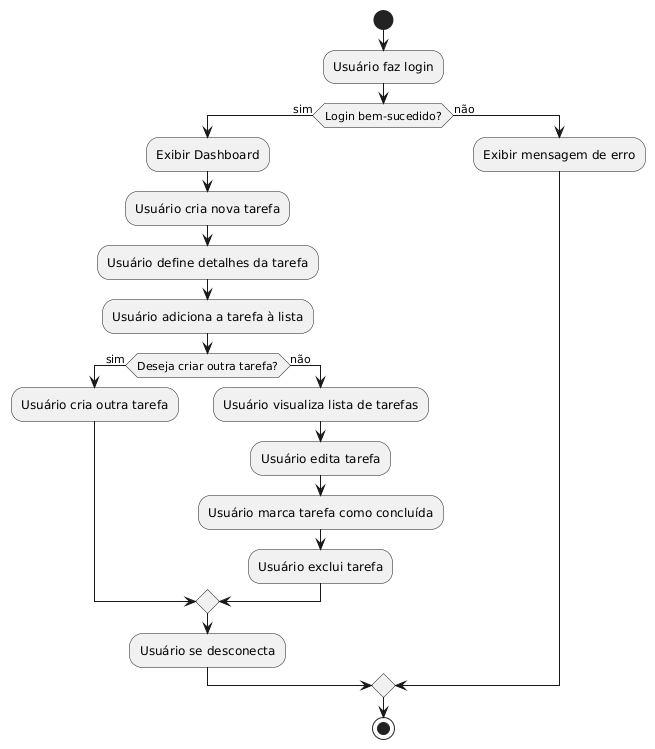
oliveiramarcelo12/ProjetosNodeJs keeps this PlantUML diagram as ProjetoToDoListAF/diagramas/DiagramaDeFluxo.png. Above is the earlier version. Its diagram source:
```plantuml
@startuml
start
:Usuário faz login;
if (Login bem-sucedido?) then (sim)
  :Exibir Dashboard;
  :Usuário cria nova tarefa;
  :Usuário define detalhes da tarefa;
  :Usuário adiciona a tarefa à lista;
  if (Deseja criar outra tarefa?) then (sim)
    :Usuário cria outra tarefa;
  else (não)
    :Usuário visualiza lista de tarefas;
    :Usuário edita tarefa;
    :Usuário marca tarefa como concluída;
    :Usuário exclui tarefa;
  endif
  :Usuário se desconecta;
else (não)
  :Exibir mensagem de erro;
endif
stop
@enduml
```
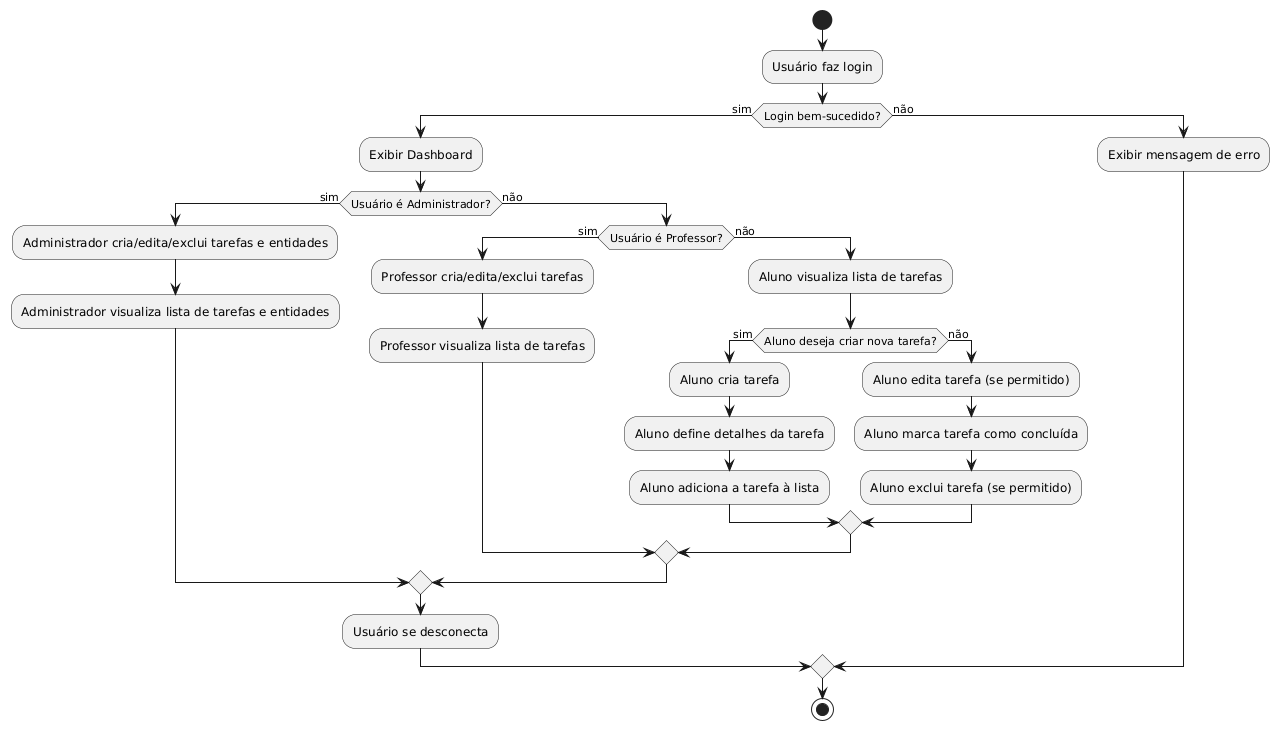
The same diagram one commit later.

Diff of the diagram source:
```diff
@@ -3,16 +3,25 @@
 :Usuário faz login;
 if (Login bem-sucedido?) then (sim)
   :Exibir Dashboard;
-  :Usuário cria nova tarefa;
-  :Usuário define detalhes da tarefa;
-  :Usuário adiciona a tarefa à lista;
-  if (Deseja criar outra tarefa?) then (sim)
-    :Usuário cria outra tarefa;
+  if (Usuário é Administrador?) then (sim)
+    :Administrador cria/edita/exclui tarefas e entidades;
+    :Administrador visualiza lista de tarefas e entidades;
   else (não)
-    :Usuário visualiza lista de tarefas;
-    :Usuário edita tarefa;
-    :Usuário marca tarefa como concluída;
-    :Usuário exclui tarefa;
+    if (Usuário é Professor?) then (sim)
+      :Professor cria/edita/exclui tarefas;
+      :Professor visualiza lista de tarefas;
+    else (não)
+      :Aluno visualiza lista de tarefas;
+      if (Aluno deseja criar nova tarefa?) then (sim)
+        :Aluno cria tarefa;
+        :Aluno define detalhes da tarefa;
+        :Aluno adiciona a tarefa à lista;
+      else (não)
+        :Aluno edita tarefa (se permitido);
+        :Aluno marca tarefa como concluída;
+        :Aluno exclui tarefa (se permitido);
+      endif
+    endif
   endif
   :Usuário se desconecta;
 else (não)
```
